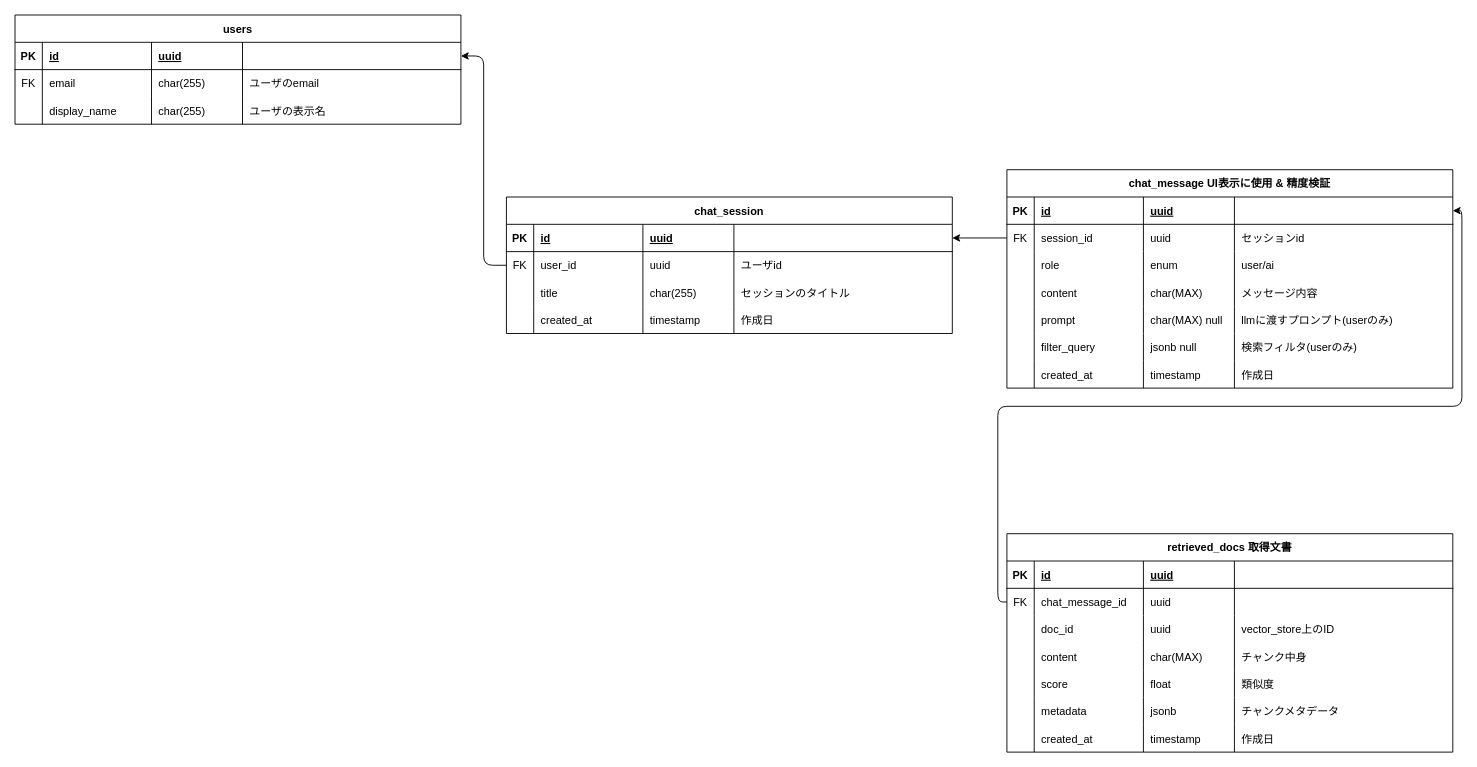
ShoFukada/fastapi-sample keeps this draw.io diagram as docs/db.drawio. Above is the earlier version. Source tidied: cells renumbered, new cells numbered last; positions are measured from the earlier drawing's top-left corner, leaving out a move shared by most shapes. Both pictures are drawn from the tidied source at 91%, with x=0, y=0 at pixel (15, 15).
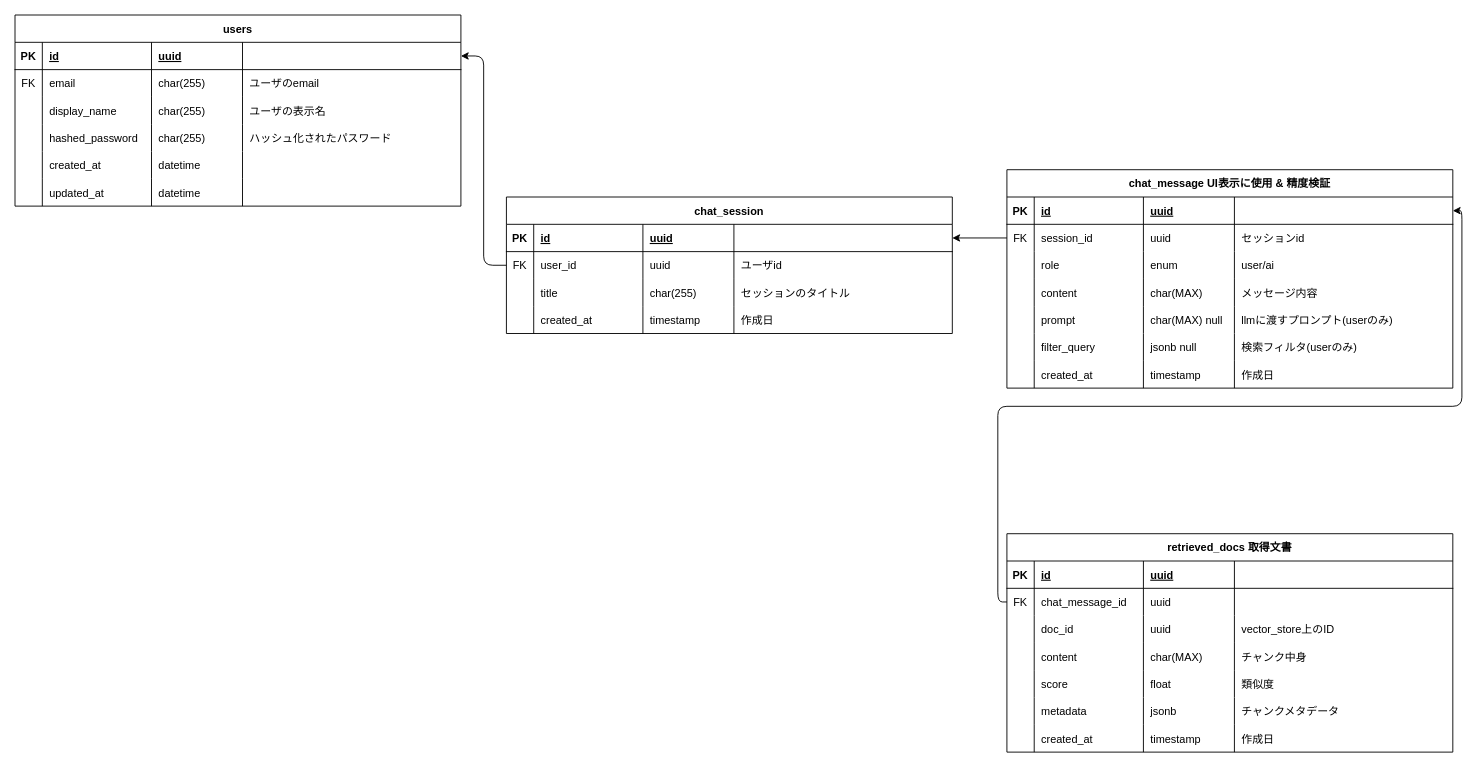
The same diagram, later.

The edit, as a diff of the source:
```diff
@@
     <mxCell id="2" value="users" style="shape=table;startSize=30;childLayout=tableLayout;rowLines=0;fontStyle=1;align=center;" parent="1" vertex="1">
-      <mxGeometry width="490" height="120" as="geometry" />
+      <mxGeometry width="490" height="210" as="geometry" />
     </mxCell>
@@
+    <mxCell id="114" style="shape=tableRow;horizontal=0;startSize=0;swimlaneHead=0;swimlaneBody=0;fillColor=none;top=0;left=0;right=0;bottom=0;" parent="2" vertex="1">
+      <mxGeometry y="120" width="490" height="30" as="geometry" />
+    </mxCell>
+    <mxCell id="115" style="shape=partialRectangle;fillColor=none;top=0;left=0;bottom=0;right=0;overflow=hidden;" parent="114" vertex="1">
+      <mxGeometry width="30" height="30" as="geometry" />
+    </mxCell>
+    <mxCell id="116" value="hashed_password" style="shape=partialRectangle;fillColor=none;top=0;left=0;bottom=0;right=0;align=left;spacingLeft=6;overflow=hidden;" parent="114" vertex="1">
+      <mxGeometry x="30" width="120" height="30" as="geometry" />
+    </mxCell>
+    <mxCell id="117" value="char(255)" style="shape=partialRectangle;fillColor=none;top=0;left=0;bottom=0;right=0;align=left;spacingLeft=6;overflow=hidden;" parent="114" vertex="1">
+      <mxGeometry x="150" width="100" height="30" as="geometry" />
+    </mxCell>
+    <mxCell id="118" value="ハッシュ化されたパスワード" style="shape=partialRectangle;fillColor=none;top=0;left=0;bottom=0;right=0;align=left;spacingLeft=6;overflow=hidden;" parent="114" vertex="1">
+      <mxGeometry x="250" width="240" height="30" as="geometry" />
+    </mxCell>
+    <mxCell id="119" style="shape=tableRow;horizontal=0;startSize=0;swimlaneHead=0;swimlaneBody=0;fillColor=none;top=0;left=0;right=0;bottom=0;" parent="2" vertex="1">
+      <mxGeometry y="150" width="490" height="30" as="geometry" />
+    </mxCell>
+    <mxCell id="120" style="shape=partialRectangle;fillColor=none;top=0;left=0;bottom=0;right=0;overflow=hidden;" parent="119" vertex="1">
+      <mxGeometry width="30" height="30" as="geometry" />
+    </mxCell>
+    <mxCell id="121" value="created_at" style="shape=partialRectangle;fillColor=none;top=0;left=0;bottom=0;right=0;align=left;spacingLeft=6;overflow=hidden;" parent="119" vertex="1">
+      <mxGeometry x="30" width="120" height="30" as="geometry" />
+    </mxCell>
+    <mxCell id="122" value="datetime" style="shape=partialRectangle;fillColor=none;top=0;left=0;bottom=0;right=0;align=left;spacingLeft=6;overflow=hidden;" parent="119" vertex="1">
+      <mxGeometry x="150" width="100" height="30" as="geometry" />
+    </mxCell>
+    <mxCell id="123" style="shape=partialRectangle;fillColor=none;top=0;left=0;bottom=0;right=0;align=left;spacingLeft=6;overflow=hidden;" parent="119" vertex="1">
+      <mxGeometry x="250" width="240" height="30" as="geometry" />
+    </mxCell>
+    <mxCell id="124" style="shape=tableRow;horizontal=0;startSize=0;swimlaneHead=0;swimlaneBody=0;fillColor=none;top=0;left=0;right=0;bottom=0;" parent="2" vertex="1">
+      <mxGeometry y="180" width="490" height="30" as="geometry" />
+    </mxCell>
+    <mxCell id="125" style="shape=partialRectangle;fillColor=none;top=0;left=0;bottom=0;right=0;overflow=hidden;" parent="124" vertex="1">
+      <mxGeometry width="30" height="30" as="geometry" />
+    </mxCell>
+    <mxCell id="126" value="updated_at" style="shape=partialRectangle;fillColor=none;top=0;left=0;bottom=0;right=0;align=left;spacingLeft=6;overflow=hidden;" parent="124" vertex="1">
+      <mxGeometry x="30" width="120" height="30" as="geometry" />
+    </mxCell>
+    <mxCell id="127" value="datetime" style="shape=partialRectangle;fillColor=none;top=0;left=0;bottom=0;right=0;align=left;spacingLeft=6;overflow=hidden;" parent="124" vertex="1">
+      <mxGeometry x="150" width="100" height="30" as="geometry" />
+    </mxCell>
+    <mxCell id="128" style="shape=partialRectangle;fillColor=none;top=0;left=0;bottom=0;right=0;align=left;spacingLeft=6;overflow=hidden;" parent="124" vertex="1">
+      <mxGeometry x="250" width="240" height="30" as="geometry" />
+    </mxCell>
```
